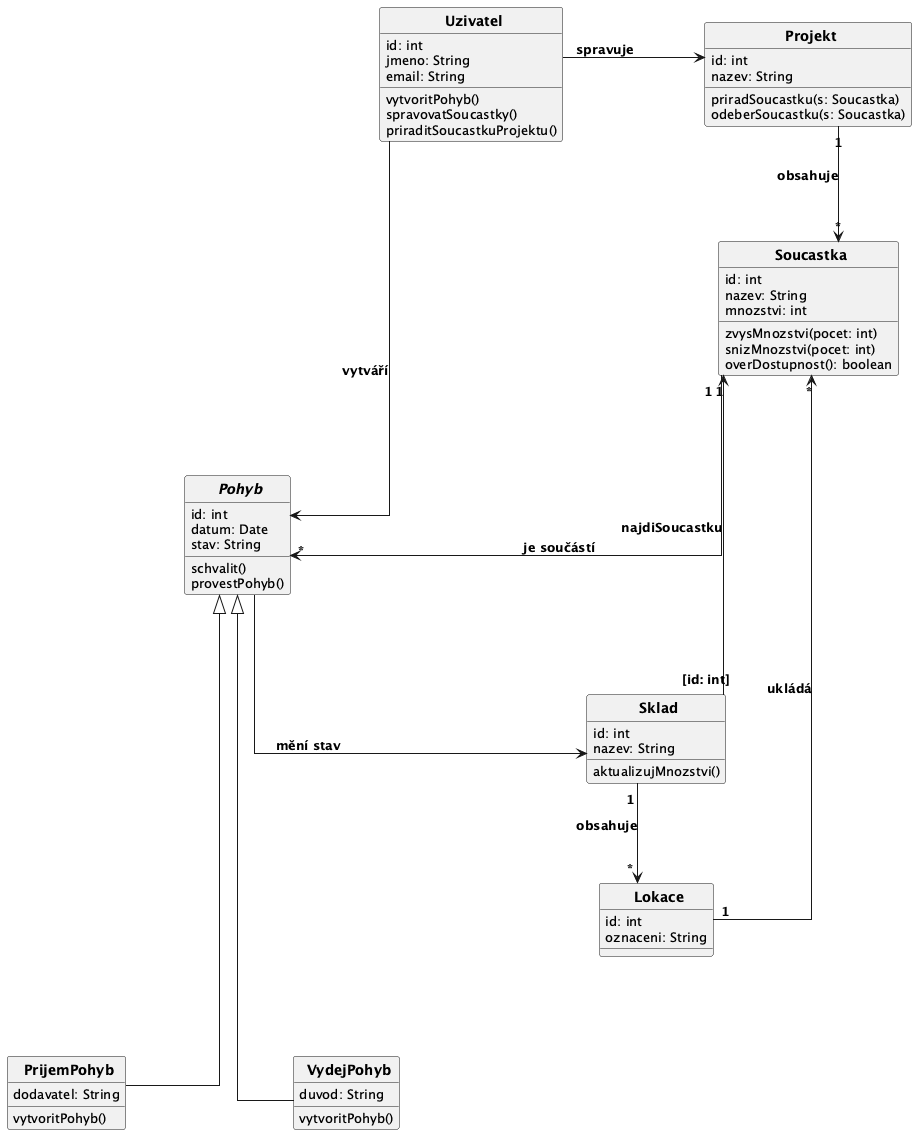
Before: docs/images/02_class_diagram.png, a diagram exported from PlantUML (lkvapil/wms-elektronicke-soucastky).
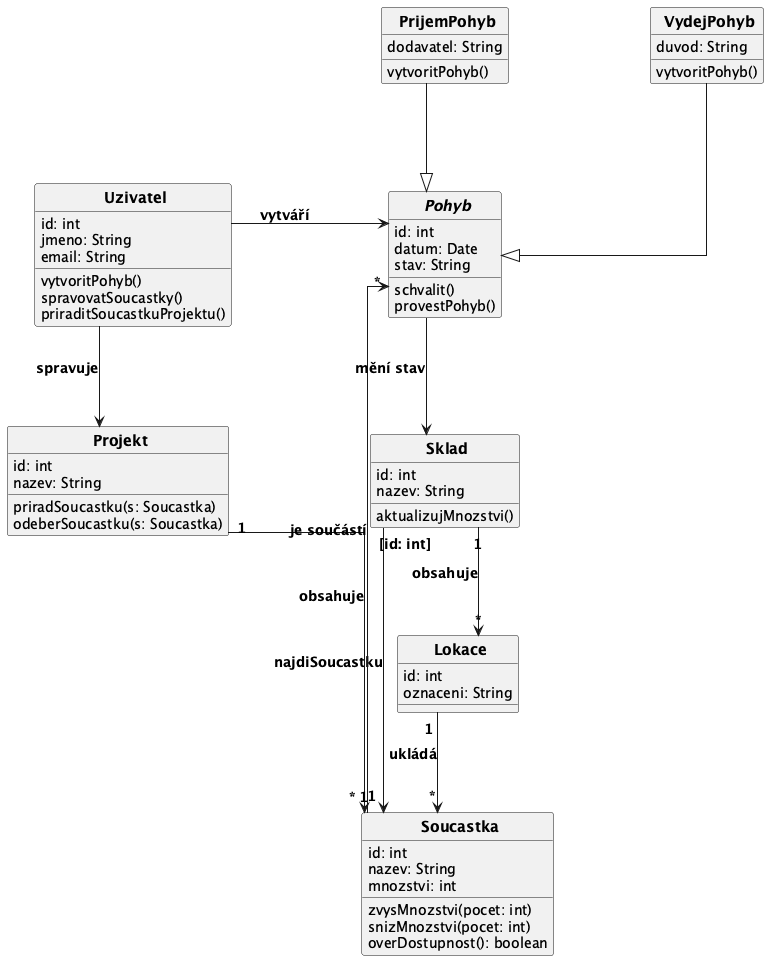
The same file after the commit.

Commit message:
style: layout diagramu podobny kolegovu - Pohyb nahore, Soucastka dole

The edit, as a diff of the source:
```diff
@@ -2,10 +2,10 @@
 top to bottom direction
 skinparam CircledCharacterRadius 0
 skinparam CircledCharacterFontSize 0
-skinparam defaultFontSize 13
-skinparam classFontSize 14
+skinparam defaultFontSize 14
+skinparam classFontSize 15
 skinparam classFontStyle bold
-skinparam ArrowFontSize 13
+skinparam ArrowFontSize 14
 skinparam ArrowFontStyle bold
 skinparam linetype ortho
 skinparam nodesep 142
@@ -79,13 +79,13 @@
 Uzivatel --> Pohyb : vytváří
 Uzivatel --> Projekt : spravuje
 
-Uzivatel -[hidden]right- Projekt
-Uzivatel -[hidden]down- Sklad
+PrijemPohyb -[hidden]right- VydejPohyb
+PrijemPohyb -[hidden]down- Pohyb
+Uzivatel -[hidden]right- Pohyb
+Pohyb -[hidden]down- Sklad
+Uzivatel -[hidden]down- Projekt
+Projekt -[hidden]right- Sklad
 Sklad -[hidden]down- Lokace
-Sklad -[hidden]down- Pohyb
-Projekt -[hidden]down- Soucastka
-Pohyb -[hidden]down- PrijemPohyb
-Lokace -[hidden]down- PrijemPohyb
-PrijemPohyb -[hidden]right- VydejPohyb
+Lokace -[hidden]down- Soucastka
 
 @enduml
```
